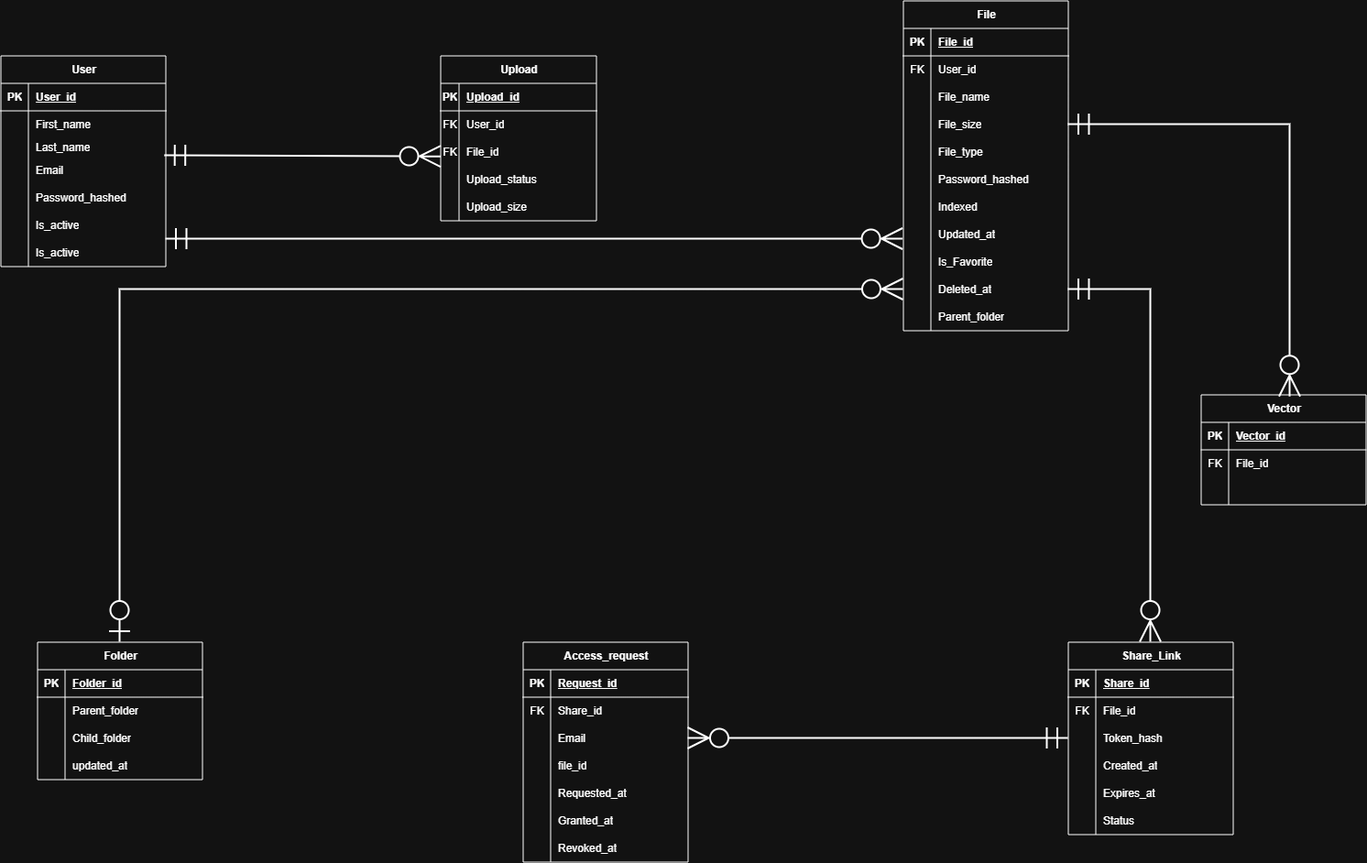
The draw.io diagram Diagrams/cloud_file_management_er.drawio.png in dhruvadrks/FILE_MANAGEMENT, before a commit. Source tidied: cells renumbered, new cells last; positions are measured from the earlier drawing's top-left corner, leaving out a move shared by most shapes.
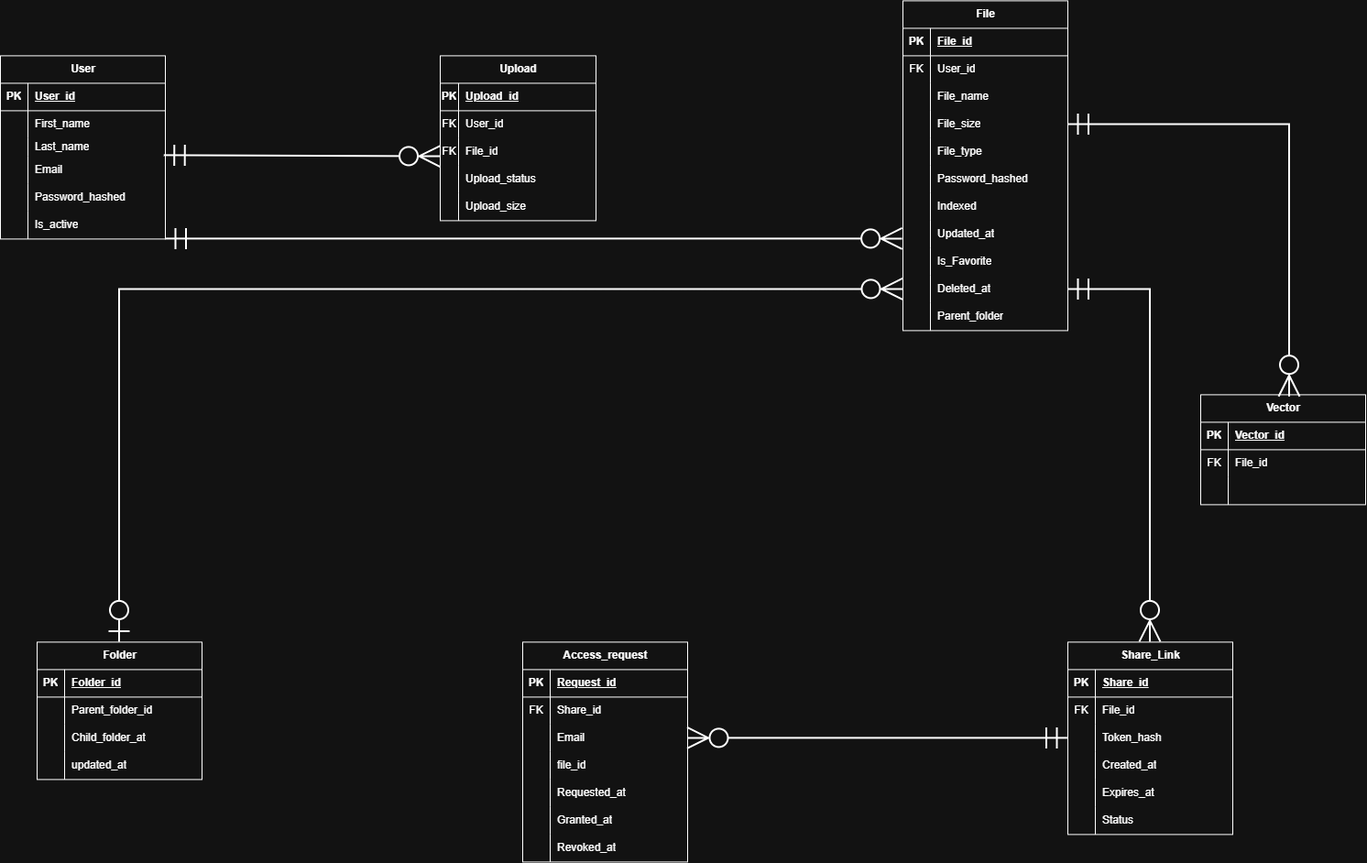
The same file after the commit.

Diff of the diagram source:
```diff
@@ -3,7 +3,7 @@
     <mxCell id="0" />
     <mxCell id="1" parent="0" />
     <mxCell id="2" value="User" style="shape=table;startSize=30;rowLines=0;fontStyle=1;align=center;html=1;" parent="1" vertex="1">
-      <mxGeometry y="60" width="180" height="230" as="geometry" />
+      <mxGeometry y="60" width="180" height="200" as="geometry" />
     </mxCell>
     <mxCell id="3" style="shape=tableRow;horizontal=0;startSize=0;swimlaneHead=0;swimlaneBody=0;fillColor=none;top=0;left=0;right=0;bottom=1;" parent="2" vertex="1">
       <mxGeometry y="30" width="180" height="30" as="geometry" />
@@ -59,15 +59,6 @@
     <mxCell id="20" value="Is_active" style="shape=partialRectangle;fillColor=none;top=0;left=0;bottom=0;right=0;align=left;spacingLeft=6;overflow=hidden;whiteSpace=wrap;html=1;" parent="18" vertex="1">
       <mxGeometry x="30" width="150" height="30" as="geometry" />
     </mxCell>
-    <mxCell id="21" style="shape=tableRow;horizontal=0;startSize=0;swimlaneHead=0;swimlaneBody=0;fillColor=none;points=[[0,0.5],[1,0.5]];portConstraint=eastwest;top=0;left=0;right=0;bottom=0;" parent="2" vertex="1">
-      <mxGeometry y="200" width="180" height="30" as="geometry" />
-    </mxCell>
-    <mxCell id="22" style="shape=partialRectangle;fillColor=none;top=0;left=0;bottom=0;right=0;overflow=hidden;whiteSpace=wrap;html=1;" parent="21" vertex="1">
-      <mxGeometry width="30" height="30" as="geometry" />
-    </mxCell>
-    <mxCell id="23" value="Is_active" style="shape=partialRectangle;fillColor=none;top=0;left=0;bottom=0;right=0;align=left;spacingLeft=6;overflow=hidden;whiteSpace=wrap;html=1;" parent="21" vertex="1">
-      <mxGeometry x="30" width="150" height="30" as="geometry" />
-    </mxCell>
     <mxCell id="24" value="Upload" style="shape=table;startSize=30;rowLines=0;fontStyle=1;align=center;html=1;" parent="1" vertex="1">
       <mxGeometry x="480" y="60" width="170" height="180" as="geometry" />
     </mxCell>
@@ -239,7 +230,7 @@
     <mxCell id="80" style="shape=partialRectangle;fillColor=none;top=0;left=0;bottom=0;right=0;overflow=hidden;whiteSpace=wrap;html=1;" parent="79" vertex="1">
       <mxGeometry width="30" height="30" as="geometry" />
     </mxCell>
-    <mxCell id="81" value="Parent_folder" style="shape=partialRectangle;fillColor=none;top=0;left=0;bottom=0;right=0;align=left;spacingLeft=6;overflow=hidden;whiteSpace=wrap;html=1;" parent="79" vertex="1">
+    <mxCell id="81" value="Parent_folder_id" style="shape=partialRectangle;fillColor=none;top=0;left=0;bottom=0;right=0;align=left;spacingLeft=6;overflow=hidden;whiteSpace=wrap;html=1;" parent="79" vertex="1">
       <mxGeometry x="30" width="150" height="30" as="geometry" />
     </mxCell>
     <mxCell id="82" style="shape=tableRow;horizontal=0;startSize=0;swimlaneHead=0;swimlaneBody=0;fillColor=none;top=0;left=0;right=0;bottom=0;" parent="75" vertex="1">
@@ -248,7 +239,7 @@
     <mxCell id="83" style="shape=partialRectangle;fillColor=none;top=0;left=0;bottom=0;right=0;overflow=hidden;whiteSpace=wrap;html=1;" parent="82" vertex="1">
       <mxGeometry width="30" height="30" as="geometry" />
     </mxCell>
-    <mxCell id="84" value="Child_folder" style="shape=partialRectangle;fillColor=none;top=0;left=0;bottom=0;right=0;align=left;spacingLeft=6;overflow=hidden;whiteSpace=wrap;html=1;" parent="82" vertex="1">
+    <mxCell id="84" value="Child_folder_at" style="shape=partialRectangle;fillColor=none;top=0;left=0;bottom=0;right=0;align=left;spacingLeft=6;overflow=hidden;whiteSpace=wrap;html=1;" parent="82" vertex="1">
       <mxGeometry x="30" width="150" height="30" as="geometry" />
     </mxCell>
     <mxCell id="85" style="shape=tableRow;horizontal=0;startSize=0;swimlaneHead=0;swimlaneBody=0;fillColor=none;top=0;left=0;right=0;bottom=0;" parent="75" vertex="1">
@@ -419,8 +410,9 @@
     <mxCell id="140" style="edgeStyle=orthogonalEdgeStyle;rounded=0;jettySize=auto;html=1;entryX=0.539;entryY=0.019;entryDx=0;entryDy=0;entryPerimeter=0;endArrow=ERzeroToMany;endFill=0;startArrow=ERmandOne;startFill=0;startSize=20;endSize=20;strokeWidth=2;" parent="1" edge="1" source="50" target="129">
       <mxGeometry relative="1" as="geometry" />
     </mxCell>
-    <mxCell id="141" style="edgeStyle=orthogonalEdgeStyle;rounded=0;jettySize=auto;html=1;endArrow=ERzeroToMany;endFill=0;endSize=20;startArrow=ERmandOne;startFill=0;startSize=20;strokeWidth=2;" parent="1" edge="1" source="21">
+    <mxCell id="141" style="edgeStyle=orthogonalEdgeStyle;rounded=0;orthogonalLoop=1;jettySize=auto;html=1;endArrow=ERzeroToMany;endFill=0;endSize=20;startArrow=ERmandOne;startFill=0;startSize=20;strokeWidth=2;" parent="1" edge="1">
       <mxGeometry relative="1" as="geometry">
+        <mxPoint x="180" y="260" as="sourcePoint" />
         <mxPoint x="984.6" y="260" as="targetPoint" />
         <Array as="points">
           <mxPoint x="984.6" y="260" />
```
